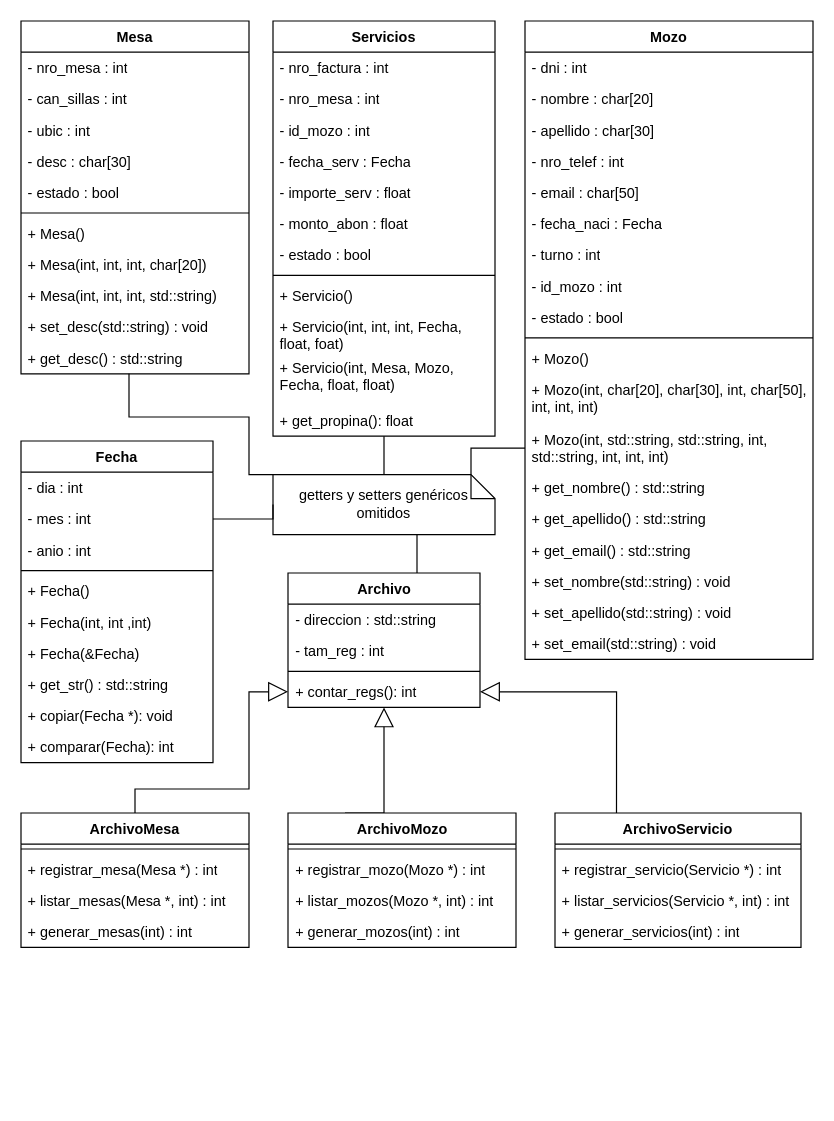
Earlier version of the draw.io diagram TPI_DdC.drawio (ZerothVeratross/tpi-progra2). Source tidied: cells renumbered, new cells numbered last; positions are measured from the earlier drawing's top-left corner, leaving out a move shared by most shapes. Both pictures are drawn from the tidied source at 120%, with x=0, y=0 at pixel (20, 20).
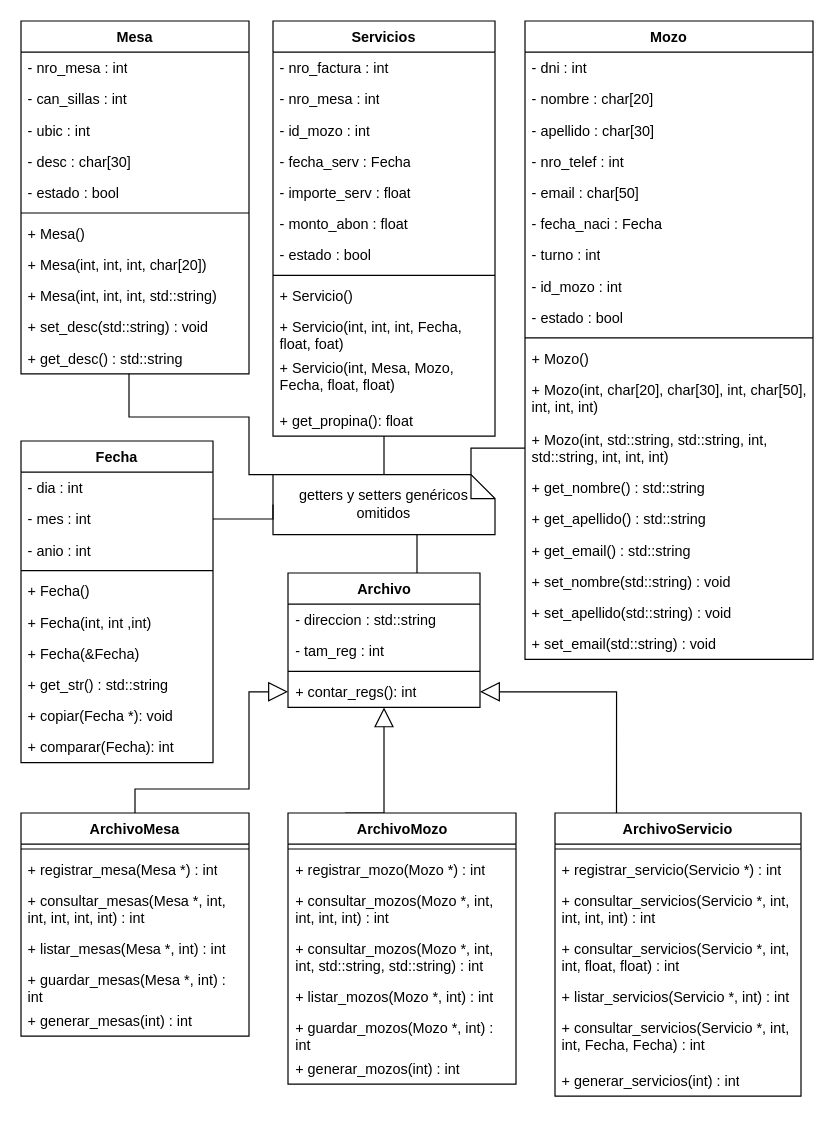
Above is the later version.

Commit message (it also covers changes not shown here):
Actualización de Diagrama de clases

Diff of the diagram source:
```diff
@@
     <mxCell id="71" value="ArchivoMesa" style="swimlane;fontStyle=1;align=center;verticalAlign=top;horizontal=1;startSize=26;whiteSpace=wrap;html=1;" parent="1" vertex="1">
-      <mxGeometry y="660" width="190" height="112" as="geometry" />
+      <mxGeometry y="660" width="190" height="186" as="geometry" />
     </mxCell>
@@
+    <mxCell id="87" value="+ consultar_mesas(Mesa *, int, int, int, int, int) : int" style="text;strokeColor=none;fillColor=none;align=left;verticalAlign=top;spacingLeft=4;spacingRight=4;overflow=hidden;whiteSpace=wrap;html=1;" parent="71" vertex="1">
+      <mxGeometry y="60" width="190" height="40" as="geometry" />
+    </mxCell>
     <mxCell id="74" value="+ listar_mesas(Mesa *, int) : int" style="text;strokeColor=none;fillColor=none;align=left;verticalAlign=top;spacingLeft=4;spacingRight=4;overflow=hidden;whiteSpace=wrap;html=1;" parent="71" vertex="1">
-      <mxGeometry y="60" width="190" height="26" as="geometry" />
+      <mxGeometry y="100" width="190" height="26" as="geometry" />
     </mxCell>
+    <mxCell id="88" value="+ guardar_mesas(Mesa *, int) : int" style="text;strokeColor=none;fillColor=none;align=left;verticalAlign=top;spacingLeft=4;spacingRight=4;overflow=hidden;whiteSpace=wrap;html=1;" parent="71" vertex="1">
+      <mxGeometry y="126" width="190" height="34" as="geometry" />
+    </mxCell>
     <mxCell id="75" value="+ generar_mesas(int) : int" style="text;strokeColor=none;fillColor=none;align=left;verticalAlign=top;spacingLeft=4;spacingRight=4;overflow=hidden;whiteSpace=wrap;html=1;" parent="71" vertex="1">
-      <mxGeometry y="86" width="190" height="26" as="geometry" />
+      <mxGeometry y="160" width="190" height="26" as="geometry" />
     </mxCell>
     <mxCell id="76" value="ArchivoMozo" style="swimlane;fontStyle=1;align=center;verticalAlign=top;horizontal=1;startSize=26;whiteSpace=wrap;html=1;" parent="1" vertex="1">
-      <mxGeometry x="222.5" y="660" width="190" height="112" as="geometry" />
+      <mxGeometry x="222.5" y="660" width="190" height="226" as="geometry" />
     </mxCell>
@@
+    <mxCell id="89" value="+ consultar_mozos(Mozo *, int, int, int, int) : int" style="text;strokeColor=none;fillColor=none;align=left;verticalAlign=top;spacingLeft=4;spacingRight=4;overflow=hidden;whiteSpace=wrap;html=1;" parent="76" vertex="1">
+      <mxGeometry y="60" width="190" height="40" as="geometry" />
+    </mxCell>
+    <mxCell id="90" value="+ consultar_mozos(Mozo *, int, int, std::string, std::string) : int" style="text;strokeColor=none;fillColor=none;align=left;verticalAlign=top;spacingLeft=4;spacingRight=4;overflow=hidden;whiteSpace=wrap;html=1;" parent="76" vertex="1">
+      <mxGeometry y="100" width="190" height="40" as="geometry" />
+    </mxCell>
     <mxCell id="79" value="+ listar_mozos(Mozo *, int) : int" style="text;strokeColor=none;fillColor=none;align=left;verticalAlign=top;spacingLeft=4;spacingRight=4;overflow=hidden;whiteSpace=wrap;html=1;" parent="76" vertex="1">
-      <mxGeometry y="60" width="190" height="26" as="geometry" />
+      <mxGeometry y="140" width="190" height="26" as="geometry" />
     </mxCell>
+    <mxCell id="91" value="+ guardar_mozos(Mozo *, int) : int" style="text;strokeColor=none;fillColor=none;align=left;verticalAlign=top;spacingLeft=4;spacingRight=4;overflow=hidden;whiteSpace=wrap;html=1;" parent="76" vertex="1">
+      <mxGeometry y="166" width="190" height="34" as="geometry" />
+    </mxCell>
     <mxCell id="80" value="+ generar_mozos(int) : int" style="text;strokeColor=none;fillColor=none;align=left;verticalAlign=top;spacingLeft=4;spacingRight=4;overflow=hidden;whiteSpace=wrap;html=1;" parent="76" vertex="1">
-      <mxGeometry y="86" width="190" height="26" as="geometry" />
+      <mxGeometry y="200" width="190" height="26" as="geometry" />
     </mxCell>
     <mxCell id="81" value="ArchivoServicio" style="swimlane;fontStyle=1;align=center;verticalAlign=top;horizontal=1;startSize=26;whiteSpace=wrap;html=1;" parent="1" vertex="1">
-      <mxGeometry x="445" y="660" width="205" height="112" as="geometry" />
+      <mxGeometry x="445" y="660" width="205" height="236" as="geometry" />
     </mxCell>
@@
+    <mxCell id="92" value="+ consultar_servicios(Servicio *, int, int, int, int) : int" style="text;strokeColor=none;fillColor=none;align=left;verticalAlign=top;spacingLeft=4;spacingRight=4;overflow=hidden;whiteSpace=wrap;html=1;" parent="81" vertex="1">
+      <mxGeometry y="60" width="205" height="40" as="geometry" />
+    </mxCell>
+    <mxCell id="93" value="+ consultar_servicios(Servicio *, int, int, float, float) : int" style="text;strokeColor=none;fillColor=none;align=left;verticalAlign=top;spacingLeft=4;spacingRight=4;overflow=hidden;whiteSpace=wrap;html=1;" parent="81" vertex="1">
+      <mxGeometry y="100" width="205" height="40" as="geometry" />
+    </mxCell>
     <mxCell id="84" value="+ listar_servicios(Servicio *, int) : int" style="text;strokeColor=none;fillColor=none;align=left;verticalAlign=top;spacingLeft=4;spacingRight=4;overflow=hidden;whiteSpace=wrap;html=1;" parent="81" vertex="1">
-      <mxGeometry y="60" width="205" height="26" as="geometry" />
+      <mxGeometry y="140" width="205" height="26" as="geometry" />
     </mxCell>
+    <mxCell id="94" value="+ consultar_servicios(Servicio *, int, int, Fecha, Fecha) : int" style="text;strokeColor=none;fillColor=none;align=left;verticalAlign=top;spacingLeft=4;spacingRight=4;overflow=hidden;whiteSpace=wrap;html=1;" parent="81" vertex="1">
+      <mxGeometry y="166" width="205" height="44" as="geometry" />
+    </mxCell>
     <mxCell id="85" value="+ generar_servicios(int) : int" style="text;strokeColor=none;fillColor=none;align=left;verticalAlign=top;spacingLeft=4;spacingRight=4;overflow=hidden;whiteSpace=wrap;html=1;" parent="81" vertex="1">
-      <mxGeometry y="86" width="205" height="26" as="geometry" />
+      <mxGeometry y="210" width="205" height="26" as="geometry" />
     </mxCell>
```
